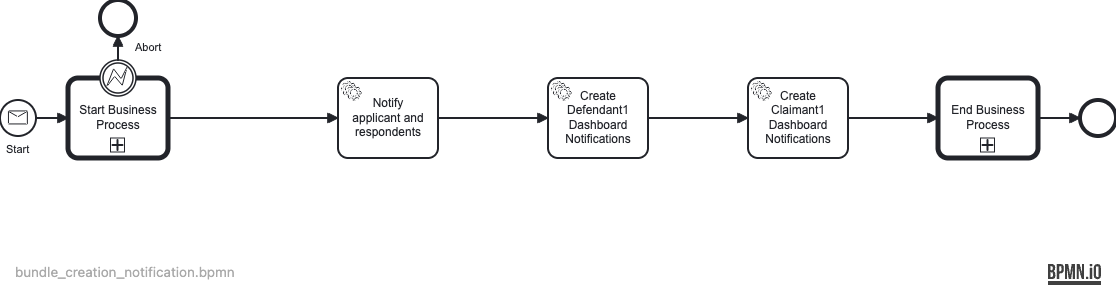
This is docs/bpmn-diagrams/bundle_creation_notification.png from hmcts/civil-camunda-bpmn-definition, a BPMN export, as it was before one commit. Its source is kept beside it as src/main/resources/camunda/bundle_creation_notification.bpmn. Ids are renumbered. The source it was exported from:
```xml
<bpmn:definitions xmlns:bpmn="http://www.omg.org/spec/BPMN/20100524/MODEL" xmlns:bpmndi="http://www.omg.org/spec/BPMN/20100524/DI" xmlns:dc="http://www.omg.org/spec/DD/20100524/DC" xmlns:xsi="http://www.w3.org/2001/XMLSchema-instance" xmlns:camunda="http://camunda.org/schema/1.0/bpmn" xmlns:di="http://www.omg.org/spec/DD/20100524/DI" id="Definitions_n1" targetNamespace="http://bpmn.io/schema/bpmn" exporter="Camunda Modeler" exporterVersion="5.28.0">
  <bpmn:process id="BUNDLE_CREATION_NOTIFICATION" name="Bundle creation notification" isExecutable="true" camunda:historyTimeToLive="P90D">
    <bpmn:startEvent id="Event_n2" name="Start">
      <bpmn:outgoing>Flow_n3</bpmn:outgoing>
      <bpmn:messageEventDefinition id="MessageEventDefinition_n4" messageRef="Message_n5" />
    </bpmn:startEvent>
    <bpmn:endEvent id="Event_n6">
      <bpmn:incoming>Flow_n7</bpmn:incoming>
    </bpmn:endEvent>
    <bpmn:sequenceFlow id="Flow_n7" sourceRef="Activity_n8" targetRef="Event_n6" />
    <bpmn:callActivity id="Activity_n8" name="End Business Process" calledElement="EndBusinessProcess">
      <bpmn:extensionElements>
        <camunda:in variables="all" />
      </bpmn:extensionElements>
      <bpmn:incoming>Flow_n9</bpmn:incoming>
      <bpmn:outgoing>Flow_n7</bpmn:outgoing>
    </bpmn:callActivity>
    <bpmn:callActivity id="BundleCreationProcess" name="Start Business Process" calledElement="StartBusinessProcess">
      <bpmn:extensionElements>
        <camunda:in variables="all" />
        <camunda:out variables="all" />
      </bpmn:extensionElements>
      <bpmn:incoming>Flow_n3</bpmn:incoming>
      <bpmn:outgoing>Flow_n10</bpmn:outgoing>
    </bpmn:callActivity>
    <bpmn:endEvent id="Event_n11">
      <bpmn:incoming>Flow_n12</bpmn:incoming>
    </bpmn:endEvent>
    <bpmn:boundaryEvent id="Event_n13" name="Abort" attachedToRef="BundleCreationProcess">
      <bpmn:outgoing>Flow_n12</bpmn:outgoing>
      <bpmn:errorEventDefinition id="ErrorEventDefinition_n14" />
    </bpmn:boundaryEvent>
    <bpmn:sequenceFlow id="Flow_n12" sourceRef="Event_n13" targetRef="Event_n11" />
    <bpmn:sequenceFlow id="Flow_n3" sourceRef="Event_n2" targetRef="BundleCreationProcess" />
    <bpmn:serviceTask id="BundleCreationNotify" name="Notify applicant and respondents" camunda:type="external" camunda:topic="processCaseEvent">
      <bpmn:extensionElements>
        <camunda:inputOutput>
          <camunda:inputParameter name="caseEvent">NOTIFY_EVENT</camunda:inputParameter>
        </camunda:inputOutput>
      </bpmn:extensionElements>
      <bpmn:incoming>Flow_n10</bpmn:incoming>
      <bpmn:outgoing>Flow_n15</bpmn:outgoing>
    </bpmn:serviceTask>
    <bpmn:sequenceFlow id="Flow_n10" sourceRef="BundleCreationProcess" targetRef="BundleCreationNotify" />
    <bpmn:exclusiveGateway id="Gateway_n16">
      <bpmn:incoming>Flow_n15</bpmn:incoming>
      <bpmn:outgoing>Flow_n17</bpmn:outgoing>
      <bpmn:outgoing>Flow_n18</bpmn:outgoing>
    </bpmn:exclusiveGateway>
    <bpmn:serviceTask id="GenerateDashboardNotificationsBundleCreation" name="Dashboard Notifications" camunda:type="external" camunda:topic="processCaseEvent">
      <bpmn:extensionElements>
        <camunda:inputOutput>
          <camunda:inputParameter name="caseEvent">DASHBOARD_NOTIFICATION_EVENT</camunda:inputParameter>
        </camunda:inputOutput>
      </bpmn:extensionElements>
      <bpmn:incoming>Flow_n17</bpmn:incoming>
      <bpmn:outgoing>Flow_n9</bpmn:outgoing>
    </bpmn:serviceTask>
    <bpmn:sequenceFlow id="Flow_n17" name="Dashboard Service Enabled" sourceRef="Gateway_n16" targetRef="GenerateDashboardNotificationsBundleCreation">
      <bpmn:conditionExpression xsi:type="bpmn:tFormalExpression">${!empty flowFlags.DASHBOARD_SERVICE_ENABLED &amp;&amp; flowFlags.DASHBOARD_SERVICE_ENABLED}</bpmn:conditionExpression>
    </bpmn:sequenceFlow>
    <bpmn:sequenceFlow id="Flow_n18" name="Dashboard Service Disabled" sourceRef="Gateway_n16" targetRef="Activity_n8">
      <bpmn:conditionExpression xsi:type="bpmn:tFormalExpression">${empty flowFlags.DASHBOARD_SERVICE_ENABLED || !flowFlags.DASHBOARD_SERVICE_ENABLED}</bpmn:conditionExpression>
    </bpmn:sequenceFlow>
    <bpmn:sequenceFlow id="Flow_n9" sourceRef="GenerateDashboardNotificationsBundleCreation" targetRef="Activity_n8" />
    <bpmn:sequenceFlow id="Flow_n15" sourceRef="BundleCreationNotify" targetRef="Gateway_n16" />
  </bpmn:process>
  <bpmn:message id="Message_n19" name="DISMISS_CLAIM" />
  <bpmn:error id="Error_n20" name="StartBusinessAbort" errorCode="ABORT" />
  <bpmn:message id="Message_n5" name="BUNDLE_CREATION_NOTIFICATION" />
  <bpmndi:BPMNDiagram id="BPMNDiagram_1">
    <bpmndi:BPMNPlane id="BPMNPlane_1" bpmnElement="BUNDLE_CREATION_NOTIFICATION">
      <bpmndi:BPMNShape id="Event_1m02c2o_di" bpmnElement="Event_n2">
        <dc:Bounds x="152" y="182" width="36" height="36" />
        <bpmndi:BPMNLabel>
          <dc:Bounds x="158" y="225" width="24" height="14" />
        </bpmndi:BPMNLabel>
      </bpmndi:BPMNShape>
      <bpmndi:BPMNShape id="Activity_0emdthr_di" bpmnElement="BundleCreationProcess">
        <dc:Bounds x="220" y="160" width="100" height="80" />
      </bpmndi:BPMNShape>
      <bpmndi:BPMNShape id="Event_n11_di" bpmnElement="Event_n11">
        <dc:Bounds x="252" y="82" width="36" height="36" />
      </bpmndi:BPMNShape>
      <bpmndi:BPMNShape id="Activity_1n01tzr_di" bpmnElement="BundleCreationNotify">
        <dc:Bounds x="490" y="160" width="100" height="80" />
        <bpmndi:BPMNLabel />
      </bpmndi:BPMNShape>
      <bpmndi:BPMNShape id="Gateway_n16_di" bpmnElement="Gateway_n16" isMarkerVisible="true">
        <dc:Bounds x="720" y="180" width="50" height="50" />
      </bpmndi:BPMNShape>
      <bpmndi:BPMNShape id="Activity_0ae4ya1_di" bpmnElement="GenerateDashboardNotificationsBundleCreation">
        <dc:Bounds x="900" y="160" width="100" height="80" />
        <bpmndi:BPMNLabel />
      </bpmndi:BPMNShape>
      <bpmndi:BPMNShape id="Activity_1x5rl4x_di" bpmnElement="Activity_n8">
        <dc:Bounds x="1090" y="160" width="100" height="80" />
      </bpmndi:BPMNShape>
      <bpmndi:BPMNShape id="Event_n6_di" bpmnElement="Event_n6">
        <dc:Bounds x="1232" y="182" width="36" height="36" />
      </bpmndi:BPMNShape>
      <bpmndi:BPMNShape id="Event_n13_di" bpmnElement="Event_n13">
        <dc:Bounds x="252" y="142" width="36" height="36" />
        <bpmndi:BPMNLabel>
          <dc:Bounds x="287" y="123" width="27" height="14" />
        </bpmndi:BPMNLabel>
      </bpmndi:BPMNShape>
      <bpmndi:BPMNEdge id="Flow_n7_di" bpmnElement="Flow_n7">
        <di:waypoint x="1190" y="200" />
        <di:waypoint x="1232" y="200" />
      </bpmndi:BPMNEdge>
      <bpmndi:BPMNEdge id="Flow_n12_di" bpmnElement="Flow_n12">
        <di:waypoint x="270" y="142" />
        <di:waypoint x="270" y="118" />
      </bpmndi:BPMNEdge>
      <bpmndi:BPMNEdge id="Flow_n3_di" bpmnElement="Flow_n3">
        <di:waypoint x="188" y="200" />
        <di:waypoint x="220" y="200" />
      </bpmndi:BPMNEdge>
      <bpmndi:BPMNEdge id="Flow_n10_di" bpmnElement="Flow_n10">
        <di:waypoint x="320" y="200" />
        <di:waypoint x="490" y="200" />
      </bpmndi:BPMNEdge>
      <bpmndi:BPMNEdge id="Flow_n17_di" bpmnElement="Flow_n17">
        <di:waypoint x="770" y="205" />
        <di:waypoint x="900" y="200" />
      </bpmndi:BPMNEdge>
      <bpmndi:BPMNEdge id="Flow_n18_di" bpmnElement="Flow_n18">
        <di:waypoint x="745" y="230" />
        <di:waypoint x="745" y="310" />
        <di:waypoint x="1090" y="310" />
        <di:waypoint x="1090" y="240" />
      </bpmndi:BPMNEdge>
      <bpmndi:BPMNEdge id="Flow_n9_di" bpmnElement="Flow_n9">
        <di:waypoint x="1000" y="200" />
        <di:waypoint x="1090" y="200" />
      </bpmndi:BPMNEdge>
      <bpmndi:BPMNEdge id="Flow_n15_di" bpmnElement="Flow_n15">
        <di:waypoint x="590" y="200" />
        <di:waypoint x="745" y="205" />
      </bpmndi:BPMNEdge>
    </bpmndi:BPMNPlane>
  </bpmndi:BPMNDiagram>
</bpmn:definitions>
```
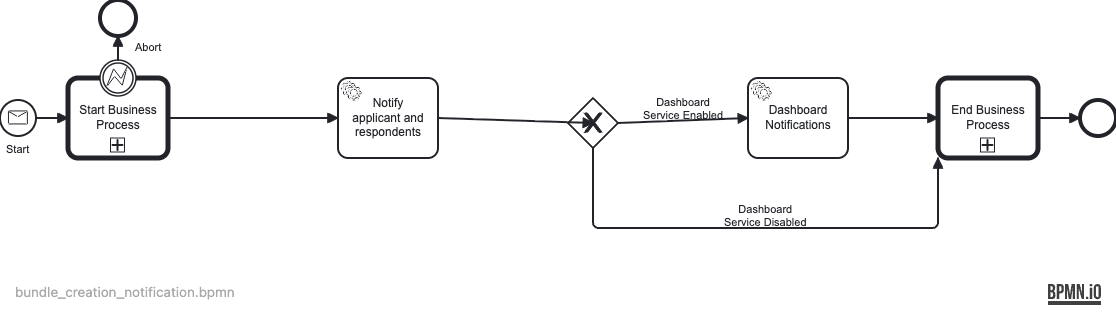
Later version of the same file.

Commit message:
DTSCCI-3237: Fix diagram render

The edit, as a diff of the source:
```diff
@@ -42,28 +42,27 @@
       <bpmn:outgoing>Flow_n15</bpmn:outgoing>
     </bpmn:serviceTask>
     <bpmn:sequenceFlow id="Flow_n10" sourceRef="BundleCreationProcess" targetRef="BundleCreationNotify" />
-    <bpmn:exclusiveGateway id="Gateway_n16">
-      <bpmn:incoming>Flow_n15</bpmn:incoming>
-      <bpmn:outgoing>Flow_n17</bpmn:outgoing>
-      <bpmn:outgoing>Flow_n18</bpmn:outgoing>
-    </bpmn:exclusiveGateway>
-    <bpmn:serviceTask id="GenerateDashboardNotificationsBundleCreation" name="Dashboard Notifications" camunda:type="external" camunda:topic="processCaseEvent">
+    <bpmn:serviceTask id="CreateBundleCreatedDashboardNotificationsForDefendant1" name="Create Defendant1 Dashboard Notifications" camunda:type="external" camunda:topic="processCaseEvent">
       <bpmn:extensionElements>
         <camunda:inputOutput>
-          <camunda:inputParameter name="caseEvent">DASHBOARD_NOTIFICATION_EVENT</camunda:inputParameter>
+          <camunda:inputParameter name="caseEvent">CREATE_DASHBOARD_NOTIFICATION_FOR_BUNDLE_CREATED_FOR_DEFENDANT1</camunda:inputParameter>
         </camunda:inputOutput>
       </bpmn:extensionElements>
-      <bpmn:incoming>Flow_n17</bpmn:incoming>
+      <bpmn:incoming>Flow_n15</bpmn:incoming>
+      <bpmn:outgoing>Flow_n21</bpmn:outgoing>
+    </bpmn:serviceTask>
+    <bpmn:sequenceFlow id="Flow_n21" sourceRef="CreateBundleCreatedDashboardNotificationsForDefendant1" targetRef="CreateBundleCreatedDashboardNotificationsForClaimant1" />
+    <bpmn:serviceTask id="CreateBundleCreatedDashboardNotificationsForClaimant1" name="Create Claimant1 Dashboard Notifications" camunda:type="external" camunda:topic="processCaseEvent">
+      <bpmn:extensionElements>
+        <camunda:inputOutput>
+          <camunda:inputParameter name="caseEvent">CREATE_DASHBOARD_NOTIFICATION_FOR_BUNDLE_CREATED_FOR_CLAIMANT1</camunda:inputParameter>
+        </camunda:inputOutput>
+      </bpmn:extensionElements>
+      <bpmn:incoming>Flow_n21</bpmn:incoming>
       <bpmn:outgoing>Flow_n9</bpmn:outgoing>
     </bpmn:serviceTask>
-    <bpmn:sequenceFlow id="Flow_n17" name="Dashboard Service Enabled" sourceRef="Gateway_n16" targetRef="GenerateDashboardNotificationsBundleCreation">
-      <bpmn:conditionExpression xsi:type="bpmn:tFormalExpression">${!empty flowFlags.DASHBOARD_SERVICE_ENABLED &amp;&amp; flowFlags.DASHBOARD_SERVICE_ENABLED}</bpmn:conditionExpression>
-    </bpmn:sequenceFlow>
-    <bpmn:sequenceFlow id="Flow_n18" name="Dashboard Service Disabled" sourceRef="Gateway_n16" targetRef="Activity_n8">
-      <bpmn:conditionExpression xsi:type="bpmn:tFormalExpression">${empty flowFlags.DASHBOARD_SERVICE_ENABLED || !flowFlags.DASHBOARD_SERVICE_ENABLED}</bpmn:conditionExpression>
-    </bpmn:sequenceFlow>
-    <bpmn:sequenceFlow id="Flow_n9" sourceRef="GenerateDashboardNotificationsBundleCreation" targetRef="Activity_n8" />
-    <bpmn:sequenceFlow id="Flow_n15" sourceRef="BundleCreationNotify" targetRef="Gateway_n16" />
+    <bpmn:sequenceFlow id="Flow_n9" sourceRef="CreateBundleCreatedDashboardNotificationsForClaimant1" targetRef="Activity_n8" />
+    <bpmn:sequenceFlow id="Flow_n15" sourceRef="BundleCreationNotify" targetRef="CreateBundleCreatedDashboardNotificationsForDefendant1" />
   </bpmn:process>
   <bpmn:message id="Message_n19" name="DISMISS_CLAIM" />
   <bpmn:error id="Error_n20" name="StartBusinessAbort" errorCode="ABORT" />
@@ -86,10 +85,11 @@
         <dc:Bounds x="490" y="160" width="100" height="80" />
         <bpmndi:BPMNLabel />
       </bpmndi:BPMNShape>
-      <bpmndi:BPMNShape id="Gateway_n16_di" bpmnElement="Gateway_n16" isMarkerVisible="true">
-        <dc:Bounds x="720" y="180" width="50" height="50" />
+      <bpmndi:BPMNShape id="BPMNShape_n22" bpmnElement="CreateBundleCreatedDashboardNotificationsForDefendant1">
+        <dc:Bounds x="700" y="160" width="100" height="80" />
+        <bpmndi:BPMNLabel />
       </bpmndi:BPMNShape>
-      <bpmndi:BPMNShape id="Activity_0ae4ya1_di" bpmnElement="GenerateDashboardNotificationsBundleCreation">
+      <bpmndi:BPMNShape id="BPMNShape_n23" bpmnElement="CreateBundleCreatedDashboardNotificationsForClaimant1">
         <dc:Bounds x="900" y="160" width="100" height="80" />
         <bpmndi:BPMNLabel />
       </bpmndi:BPMNShape>
@@ -121,15 +121,9 @@
         <di:waypoint x="320" y="200" />
         <di:waypoint x="490" y="200" />
       </bpmndi:BPMNEdge>
-      <bpmndi:BPMNEdge id="Flow_n17_di" bpmnElement="Flow_n17">
-        <di:waypoint x="770" y="205" />
+      <bpmndi:BPMNEdge id="Flow_n21_di" bpmnElement="Flow_n21">
+        <di:waypoint x="800" y="200" />
         <di:waypoint x="900" y="200" />
-      </bpmndi:BPMNEdge>
-      <bpmndi:BPMNEdge id="Flow_n18_di" bpmnElement="Flow_n18">
-        <di:waypoint x="745" y="230" />
-        <di:waypoint x="745" y="310" />
-        <di:waypoint x="1090" y="310" />
-        <di:waypoint x="1090" y="240" />
       </bpmndi:BPMNEdge>
       <bpmndi:BPMNEdge id="Flow_n9_di" bpmnElement="Flow_n9">
         <di:waypoint x="1000" y="200" />
@@ -137,7 +131,7 @@
       </bpmndi:BPMNEdge>
       <bpmndi:BPMNEdge id="Flow_n15_di" bpmnElement="Flow_n15">
         <di:waypoint x="590" y="200" />
-        <di:waypoint x="745" y="205" />
+        <di:waypoint x="700" y="200" />
       </bpmndi:BPMNEdge>
     </bpmndi:BPMNPlane>
   </bpmndi:BPMNDiagram>
```
